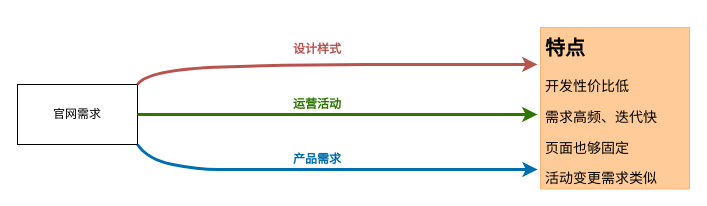
The draw.io diagram page "配置平台1" (5 of 7) of Untitled Diagram.drawio in zyx1992/hexoDocs, before the edit. Source tidied: cells renumbered, new cells numbered last; positions are measured from the earlier drawing's top-left corner, leaving out a move shared by most shapes. Both pictures are drawn from the tidied source at 100%, with x=0, y=0 at pixel (17, 27).
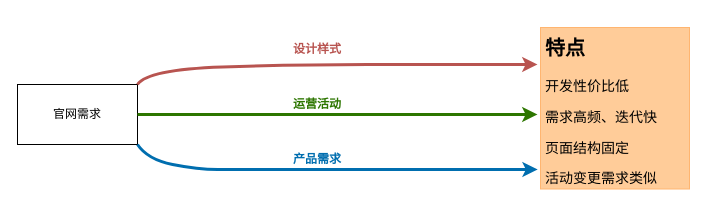
After the change.

Change to the diagram source:
```diff
@@
 <mxGraphModel>
   <root>
     <mxCell id="0" />
     <mxCell id="1" parent="0" />
     <mxCell id="2" value="官网需求" style="rounded=0;whiteSpace=wrap;html=1;" parent="1" vertex="1">
       <mxGeometry y="57" width="120" height="60" as="geometry" />
     </mxCell>
     <mxCell id="3" style="curved=1;endArrow=classic;html=1;exitX=1;exitY=0;exitDx=0;exitDy=0;strokeWidth=3;fillColor=#f8cecc;strokeColor=#b85450;" parent="1" edge="1" source="2">
       <mxGeometry relative="1" as="geometry">
         <mxPoint x="520" y="37" as="targetPoint" />
         <Array as="points">
           <mxPoint x="130" y="42" />
           <mxPoint x="280" y="37" />
           <mxPoint x="420" y="37" />
         </Array>
       </mxGeometry>
     </mxCell>
     <mxCell id="4" style="curved=1;endArrow=classic;html=1;exitX=1;exitY=0.5;exitDx=0;exitDy=0;strokeWidth=3;fillColor=#60a917;strokeColor=#2D7600;" parent="1" edge="1" source="2">
       <mxGeometry relative="1" as="geometry">
         <mxPoint x="520" y="87" as="targetPoint" />
         <Array as="points">
           <mxPoint x="180" y="87" />
           <mxPoint x="320" y="87" />
         </Array>
       </mxGeometry>
     </mxCell>
     <mxCell id="5" style="curved=1;endArrow=classic;html=1;exitX=1;exitY=1;exitDx=0;exitDy=0;strokeWidth=3;fillColor=#1ba1e2;strokeColor=#006EAF;" parent="1" edge="1" source="2">
       <mxGeometry relative="1" as="geometry">
         <mxPoint x="520.2" y="142" as="targetPoint" />
         <Array as="points">
           <mxPoint x="130" y="132" />
           <mxPoint x="180.2" y="142" />
           <mxPoint x="220.2" y="142" />
           <mxPoint x="320.2" y="142" />
         </Array>
       </mxGeometry>
     </mxCell>
     <mxCell id="6" value="运营活动" style="text;html=1;strokeColor=none;fillColor=none;align=center;verticalAlign=middle;whiteSpace=wrap;rounded=0;fontColor=#2D7600;fontStyle=1;" parent="1" vertex="1">
       <mxGeometry x="250" y="67" width="100" height="20" as="geometry" />
     </mxCell>
     <mxCell id="7" value="产品需求" style="text;html=1;strokeColor=none;fillColor=none;align=center;verticalAlign=middle;whiteSpace=wrap;rounded=0;fontColor=#006EAF;fontStyle=1;" parent="1" vertex="1">
       <mxGeometry x="250" y="122" width="100" height="20" as="geometry" />
     </mxCell>
     <mxCell id="8" value="&lt;font color=&quot;#b85450&quot;&gt;设计样式&lt;/font&gt;" style="text;html=1;strokeColor=none;fillColor=none;align=center;verticalAlign=middle;whiteSpace=wrap;rounded=0;fontColor=#FF3399;fontStyle=1;" parent="1" vertex="1">
       <mxGeometry x="250" y="12" width="100" height="20" as="geometry" />
     </mxCell>
-    <mxCell id="9" value="&lt;h1&gt;&lt;font style=&quot;font-size: 20px&quot;&gt;特点&lt;/font&gt;&lt;/h1&gt;&lt;p style=&quot;font-size: 14px&quot;&gt;&lt;font style=&quot;font-size: 14px&quot;&gt;开发性价比低&lt;/font&gt;&lt;/p&gt;&lt;p style=&quot;font-size: 14px&quot;&gt;&lt;font style=&quot;font-size: 14px&quot;&gt;需求高频、迭代快&lt;/font&gt;&lt;/p&gt;&lt;p style=&quot;font-size: 14px&quot;&gt;&lt;font style=&quot;font-size: 14px&quot;&gt;页面也够固定&lt;/font&gt;&lt;/p&gt;&lt;p style=&quot;font-size: 14px&quot;&gt;&lt;font style=&quot;font-size: 14px&quot;&gt;活动变更需求类似&lt;/font&gt;&lt;/p&gt;&lt;p style=&quot;font-size: 14px&quot;&gt;&lt;br&gt;&lt;/p&gt;" style="text;html=1;fillColor=#ffcc99;spacing=5;spacingTop=-20;whiteSpace=wrap;overflow=hidden;rounded=0;strokeColor=#FFB570;" parent="1" vertex="1">
+    <mxCell id="9" value="&lt;h1&gt;&lt;font style=&quot;font-size: 20px&quot;&gt;特点&lt;/font&gt;&lt;/h1&gt;&lt;p style=&quot;font-size: 14px&quot;&gt;&lt;font style=&quot;font-size: 14px&quot;&gt;开发性价比低&lt;/font&gt;&lt;/p&gt;&lt;p style=&quot;font-size: 14px&quot;&gt;&lt;font style=&quot;font-size: 14px&quot;&gt;需求高频、迭代快&lt;/font&gt;&lt;/p&gt;&lt;p style=&quot;font-size: 14px&quot;&gt;&lt;font style=&quot;font-size: 14px&quot;&gt;页面结构固定&lt;/font&gt;&lt;/p&gt;&lt;p style=&quot;font-size: 14px&quot;&gt;&lt;font style=&quot;font-size: 14px&quot;&gt;活动变更需求类似&lt;/font&gt;&lt;/p&gt;&lt;p style=&quot;font-size: 14px&quot;&gt;&lt;br&gt;&lt;/p&gt;" style="text;html=1;fillColor=#ffcc99;spacing=5;spacingTop=-20;whiteSpace=wrap;overflow=hidden;rounded=0;strokeColor=#FFB570;" parent="1" vertex="1">
       <mxGeometry x="523" width="149" height="161.5" as="geometry" />
     </mxCell>
   </root>
 </mxGraphModel>
```
